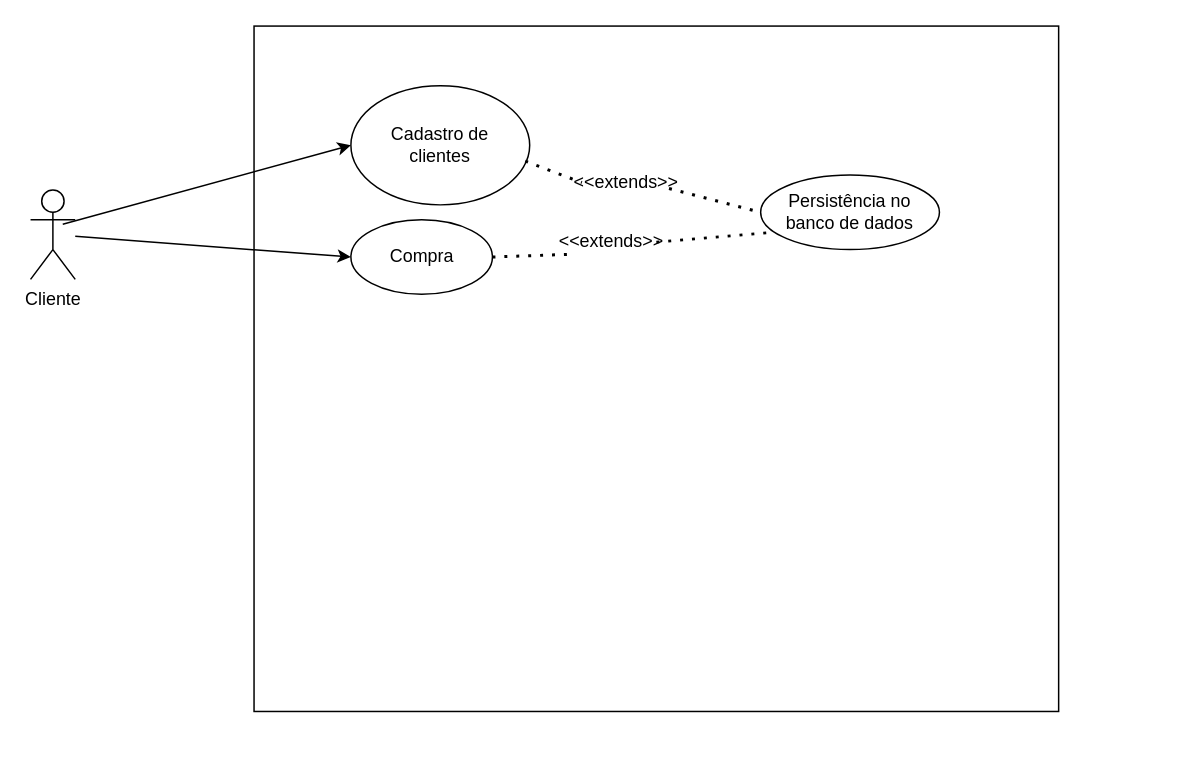
antonioacampos/diagram_apoo keeps this draw.io diagram as diagram_apoo.drawio. Above is the earlier version. Source tidied: cells renumbered, new cells numbered last; positions are measured from the earlier drawing's top-left corner, leaving out a move shared by most shapes. Both pictures are drawn from the tidied source at 149%, with x=0, y=0 at pixel (30, 25).
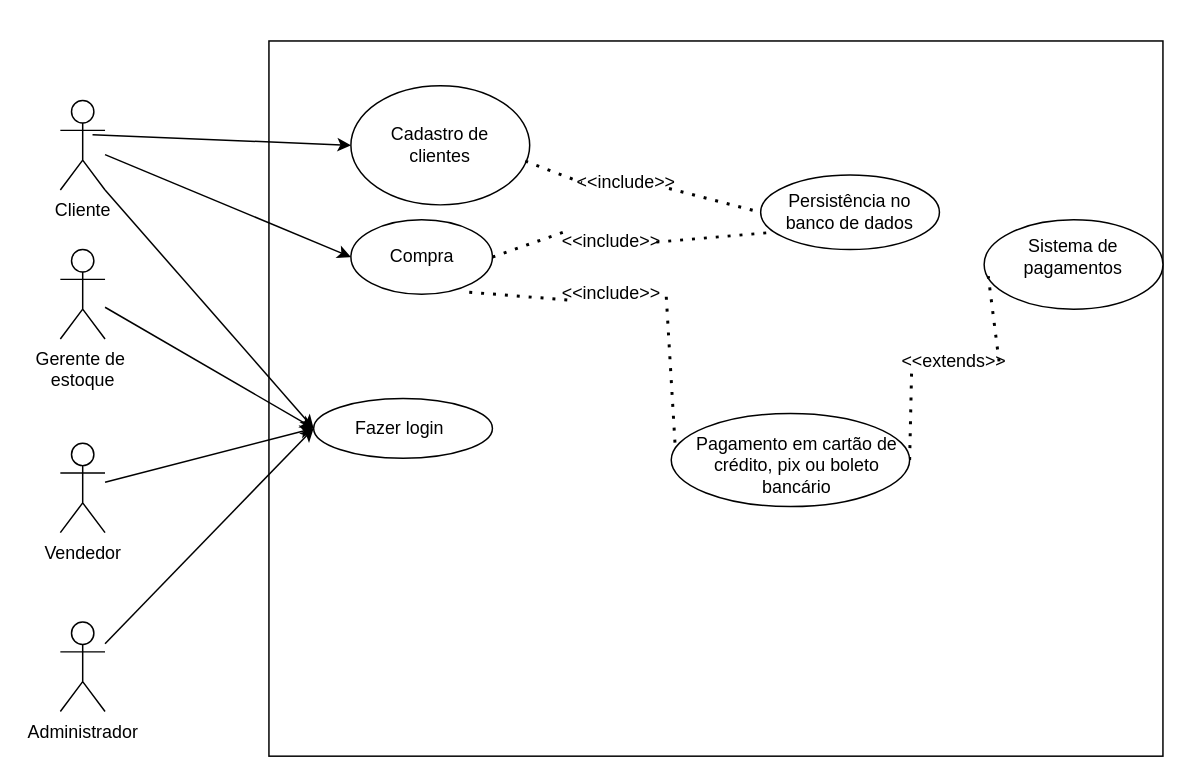
After the change.

Unchanged cells that the change refers to:
```xml
<mxCell id="7" style="ellipse;whiteSpace=wrap;html=1;" parent="1" vertex="1">
  <mxGeometry x="215" y="130" width="95" height="50" as="geometry" />
</mxCell>
<mxCell id="8" value="Compra" style="text;html=1;align=center;verticalAlign=middle;whiteSpace=wrap;rounded=0;" parent="1" vertex="1">
  <mxGeometry x="232.5" y="140" width="60" height="30" as="geometry" />
</mxCell>
```

What changed in the source:
```diff
@@
     <mxCell id="2" style="rounded=0;whiteSpace=wrap;html=1;" parent="1" vertex="1">
-      <mxGeometry x="150" width="540" height="460" as="geometry" />
+      <mxGeometry x="160" y="10" width="600" height="480" as="geometry" />
     </mxCell>
@@
     <mxCell id="5" value="Cliente" style="shape=umlActor;verticalLabelPosition=bottom;verticalAlign=top;html=1;outlineConnect=0;" parent="1" vertex="1">
-      <mxGeometry y="110" width="30" height="60" as="geometry" />
+      <mxGeometry x="20" y="50" width="30" height="60" as="geometry" />
     </mxCell>
@@
-    <mxCell id="15" value="&amp;lt;&amp;lt;extends&amp;gt;&amp;gt;" style="text;html=1;align=center;verticalAlign=middle;whiteSpace=wrap;rounded=0;labelBackgroundColor=none;fillColor=none;" parent="1" vertex="1">
+    <mxCell id="15" value="&amp;lt;&amp;lt;include&amp;gt;&amp;gt;" style="text;html=1;align=center;verticalAlign=middle;whiteSpace=wrap;rounded=0;labelBackgroundColor=none;fillColor=none;" parent="1" vertex="1">
       <mxGeometry x="370" y="90" width="60" height="30" as="geometry" />
     </mxCell>
-    <mxCell id="16" style="endArrow=none;dashed=1;html=1;dashPattern=1 3;strokeWidth=2;rounded=0;entryX=0.05;entryY=0.772;entryDx=0;entryDy=0;entryPerimeter=0;exitX=1;exitY=0.5;exitDx=0;exitDy=0;" parent="1" edge="1" source="7" target="17">
+    <mxCell id="16" style="endArrow=none;dashed=1;html=1;dashPattern=1 3;strokeWidth=2;rounded=0;entryX=0;entryY=0.25;entryDx=0;entryDy=0;exitX=1;exitY=0.5;exitDx=0;exitDy=0;" parent="1" edge="1" source="7" target="17">
       <mxGeometry relative="1" as="geometry" />
     </mxCell>
-    <mxCell id="17" value="&amp;lt;&amp;lt;extends&amp;gt;&amp;gt;" style="text;html=1;align=center;verticalAlign=middle;whiteSpace=wrap;rounded=0;labelBackgroundColor=none;fillColor=none;" parent="1" vertex="1">
+    <mxCell id="17" value="&amp;lt;&amp;lt;include&amp;gt;&amp;gt;" style="text;html=1;align=center;verticalAlign=middle;whiteSpace=wrap;rounded=0;labelBackgroundColor=none;fillColor=none;" parent="1" vertex="1">
       <mxGeometry x="360" y="130" width="60" height="30" as="geometry" />
     </mxCell>
+    <mxCell id="18" style="ellipse;whiteSpace=wrap;html=1;" parent="1" vertex="1">
+      <mxGeometry x="640" y="130" width="120" height="60" as="geometry" />
+    </mxCell>
+    <mxCell id="19" value="Sistema de pagamentos" style="text;html=1;align=center;verticalAlign=middle;whiteSpace=wrap;rounded=0;" parent="1" vertex="1">
+      <mxGeometry x="660" y="140" width="80" height="30" as="geometry" />
+    </mxCell>
+    <mxCell id="20" style="endArrow=none;dashed=1;html=1;dashPattern=1 3;strokeWidth=2;rounded=0;entryX=0.023;entryY=0.63;entryDx=0;entryDy=0;entryPerimeter=0;exitX=1;exitY=0.5;exitDx=0;exitDy=0;" parent="1" edge="1" source="22" target="18">
+      <mxGeometry relative="1" as="geometry" />
+    </mxCell>
+    <mxCell id="21" style="endArrow=none;dashed=1;html=1;dashPattern=1 3;strokeWidth=2;rounded=0;entryX=0.023;entryY=0.63;entryDx=0;entryDy=0;entryPerimeter=0;exitX=1;exitY=0.5;exitDx=0;exitDy=0;" parent="1" edge="1" source="33" target="22">
+      <mxGeometry relative="1" as="geometry" />
+    </mxCell>
+    <mxCell id="22" value="&amp;lt;&amp;lt;extends&amp;gt;&amp;gt;" style="text;html=1;align=center;verticalAlign=middle;whiteSpace=wrap;rounded=0;" parent="1" vertex="1">
+      <mxGeometry x="590" y="210" width="60" height="30" as="geometry" />
+    </mxCell>
+    <mxCell id="23" style="ellipse;whiteSpace=wrap;html=1;" parent="1" vertex="1">
+      <mxGeometry x="190" y="250" width="120" height="40" as="geometry" />
+    </mxCell>
+    <mxCell id="24" value="Fazer login" style="text;html=1;align=center;verticalAlign=middle;whiteSpace=wrap;rounded=0;" parent="1" vertex="1">
+      <mxGeometry x="212.5" y="255" width="70" height="30" as="geometry" />
+    </mxCell>
+    <mxCell id="25" style="endArrow=classic;html=1;rounded=0;exitX=1;exitY=1;exitDx=0;exitDy=0;exitPerimeter=0;entryX=0;entryY=0.5;entryDx=0;entryDy=0;" parent="1" edge="1" source="5" target="23">
+      <mxGeometry relative="1" as="geometry" />
+    </mxCell>
+    <mxCell id="26" value="Gerente de&amp;nbsp;&lt;div&gt;estoque&lt;/div&gt;" style="shape=umlActor;verticalLabelPosition=bottom;verticalAlign=top;html=1;outlineConnect=0;" parent="1" vertex="1">
+      <mxGeometry x="20" y="150" width="30" height="60" as="geometry" />
+    </mxCell>
+    <mxCell id="27" value="Vendedor" style="shape=umlActor;verticalLabelPosition=bottom;verticalAlign=top;html=1;outlineConnect=0;" parent="1" vertex="1">
+      <mxGeometry x="20" y="280" width="30" height="60" as="geometry" />
+    </mxCell>
+    <mxCell id="28" value="Administrador" style="shape=umlActor;verticalLabelPosition=bottom;verticalAlign=top;html=1;outlineConnect=0;" parent="1" vertex="1">
+      <mxGeometry x="20" y="400" width="30" height="60" as="geometry" />
+    </mxCell>
+    <mxCell id="29" style="endArrow=classic;html=1;rounded=0;entryX=0;entryY=0.5;entryDx=0;entryDy=0;" parent="1" edge="1" source="26" target="23">
+      <mxGeometry relative="1" as="geometry" />
+    </mxCell>
+    <mxCell id="30" style="endArrow=classic;html=1;rounded=0;entryX=0;entryY=0.5;entryDx=0;entryDy=0;" parent="1" edge="1" source="27" target="23">
+      <mxGeometry relative="1" as="geometry" />
+    </mxCell>
+    <mxCell id="31" style="endArrow=classic;html=1;rounded=0;entryX=0;entryY=0.5;entryDx=0;entryDy=0;" parent="1" edge="1" source="28" target="23">
+      <mxGeometry relative="1" as="geometry" />
+    </mxCell>
+    <mxCell id="32" style="endArrow=none;dashed=1;html=1;dashPattern=1 3;strokeWidth=2;rounded=0;entryX=0.023;entryY=0.63;entryDx=0;entryDy=0;entryPerimeter=0;exitX=1.111;exitY=0.556;exitDx=0;exitDy=0;exitPerimeter=0;" parent="1" edge="1" source="36" target="33">
+      <mxGeometry relative="1" as="geometry" />
+    </mxCell>
+    <mxCell id="33" style="ellipse;whiteSpace=wrap;html=1;" parent="1" vertex="1">
+      <mxGeometry x="430" y="260" width="160" height="62.5" as="geometry" />
+    </mxCell>
+    <mxCell id="34" value="Pagamento em cartão de crédito, pix ou boleto bancário" style="text;html=1;align=center;verticalAlign=middle;whiteSpace=wrap;rounded=0;" parent="1" vertex="1">
+      <mxGeometry x="437.5" y="280" width="152.5" height="30" as="geometry" />
+    </mxCell>
+    <mxCell id="35" style="endArrow=none;dashed=1;html=1;dashPattern=1 3;strokeWidth=2;rounded=0;entryX=0.023;entryY=0.63;entryDx=0;entryDy=0;entryPerimeter=0;exitX=1.032;exitY=1.287;exitDx=0;exitDy=0;exitPerimeter=0;" parent="1" edge="1" source="8" target="36">
+      <mxGeometry relative="1" as="geometry" />
+    </mxCell>
+    <mxCell id="36" value="&amp;lt;&amp;lt;include&amp;gt;&amp;gt;" style="text;html=1;align=center;verticalAlign=middle;whiteSpace=wrap;rounded=0;labelBackgroundColor=none;fillColor=none;" parent="1" vertex="1">
+      <mxGeometry x="360" y="165" width="60" height="30" as="geometry" />
+    </mxCell>
```
